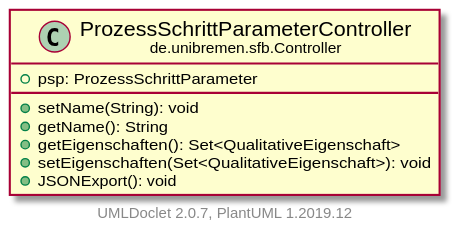
Earlier version of the PlantUML export doc/UML/modulsichtSVG/ProzessSchrittParameterController.svg (fkehlenb/softwareprojekt-2). Its diagram source:
```plantuml
@startuml
    set namespaceSeparator none
    hide empty fields
    hide empty methods

    class "<size:14>ProzessSchrittParameterController\n<size:10>de.unibremen.sfb.Controller" as de.unibremen.sfb.Controller.ProzessSchrittParameterController [[ProzessSchrittParameterController.html]] {
        +psp: ProzessSchrittParameter
        +setName(String): void
        +getName(): String
        +getEigenschaften(): Set<QualitativeEigenschaft>
        +setEigenschaften(Set<QualitativeEigenschaft>): void
        +JSONExport(): void
    }

    center footer UMLDoclet 2.0.7, PlantUML 1.2019.12
@enduml
```
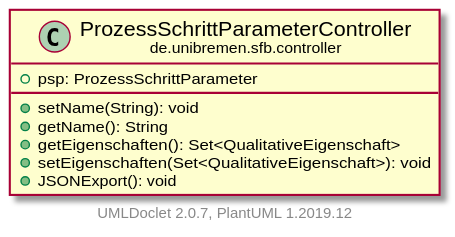
The same file after the commit.

What changed in the source:
```diff
@@ -3,7 +3,7 @@
     hide empty fields
     hide empty methods
 
-    class "<size:14>ProzessSchrittParameterController\n<size:10>de.unibremen.sfb.Controller" as de.unibremen.sfb.Controller.ProzessSchrittParameterController [[ProzessSchrittParameterController.html]] {
+    class "<size:14>ProzessSchrittParameterController\n<size:10>de.unibremen.sfb.controller" as de.unibremen.sfb.controller.ProzessSchrittParameterController [[ProzessSchrittParameterController.html]] {
         +psp: ProzessSchrittParameter
         +setName(String): void
         +getName(): String
```
